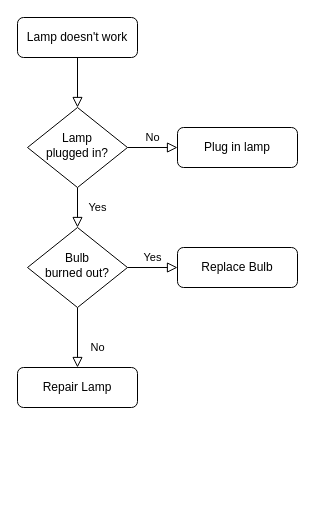
The draw.io diagram 移交信访件状态.drawio in Auto641535722/config-repo, before the edit. Source tidied: cells renumbered, new cells numbered last; positions are measured from the earlier drawing's top-left corner, leaving out a move shared by most shapes. Both pictures are drawn from the tidied source at 100%, with x=0, y=0 at pixel (17, 17).
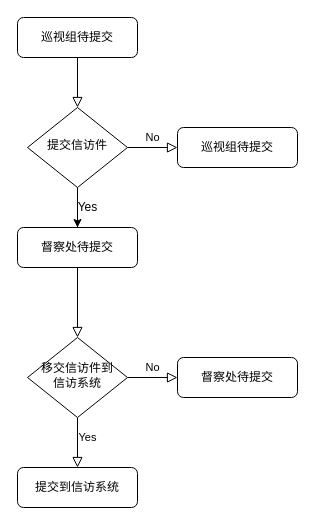
After the change.

Commit message:
更新移交信访件状态.drawio

The edit, as a diff of the source:
```diff
@@
 <mxGraphModel>
   <root>
     <mxCell id="0" />
     <mxCell id="1" parent="0" />
     <mxCell id="2" style="rounded=0;html=1;jettySize=auto;fontSize=11;endArrow=block;endFill=0;endSize=8;strokeWidth=1;shadow=0;labelBackgroundColor=none;edgeStyle=orthogonalEdgeStyle;" parent="1" edge="1" source="3" target="6">
       <mxGeometry relative="1" as="geometry" />
     </mxCell>
-    <mxCell id="3" value="Lamp doesn't work" style="rounded=1;whiteSpace=wrap;html=1;fontSize=12;glass=0;strokeWidth=1;shadow=0;" parent="1" vertex="1">
+    <mxCell id="3" value="巡视组待提交" style="rounded=1;whiteSpace=wrap;html=1;fontSize=12;glass=0;strokeWidth=1;shadow=0;" parent="1" vertex="1">
       <mxGeometry width="120" height="40" as="geometry" />
     </mxCell>
     <mxCell id="4" value="Yes" style="rounded=0;html=1;jettySize=auto;fontSize=11;endArrow=block;endFill=0;endSize=8;strokeWidth=1;shadow=0;labelBackgroundColor=none;edgeStyle=orthogonalEdgeStyle;" parent="1" edge="1" source="6" target="10">
       <mxGeometry y="20" relative="1" as="geometry" />
     </mxCell>
     <mxCell id="5" value="No" style="edgeStyle=orthogonalEdgeStyle;rounded=0;html=1;jettySize=auto;fontSize=11;endArrow=block;endFill=0;endSize=8;strokeWidth=1;shadow=0;labelBackgroundColor=none;" parent="1" edge="1" source="6" target="7">
       <mxGeometry y="10" relative="1" as="geometry" />
     </mxCell>
+    <mxCell id="13" style="edgeStyle=orthogonalEdgeStyle;rounded=0;jettySize=auto;html=1;entryX=0.5;entryY=0;entryDx=0;entryDy=0;" parent="1" edge="1" source="6" target="14">
+      <mxGeometry relative="1" as="geometry" />
+    </mxCell>
-    <mxCell id="6" value="Lamp&lt;br&gt;plugged in?" style="rhombus;whiteSpace=wrap;html=1;shadow=0;fontFamily=Helvetica;fontSize=12;align=center;strokeWidth=1;spacing=6;spacingTop=-4;" parent="1" vertex="1">
+    <mxCell id="6" value="提交信访件" style="rhombus;whiteSpace=wrap;html=1;shadow=0;fontFamily=Helvetica;fontSize=12;align=center;strokeWidth=1;spacing=6;spacingTop=-4;" parent="1" vertex="1">
       <mxGeometry x="10" y="90" width="100" height="80" as="geometry" />
     </mxCell>
-    <mxCell id="7" value="Plug in lamp" style="rounded=1;whiteSpace=wrap;html=1;fontSize=12;glass=0;strokeWidth=1;shadow=0;" parent="1" vertex="1">
+    <mxCell id="7" value="巡视组待提交" style="rounded=1;whiteSpace=wrap;html=1;fontSize=12;glass=0;strokeWidth=1;shadow=0;" parent="1" vertex="1">
       <mxGeometry x="160" y="110" width="120" height="40" as="geometry" />
     </mxCell>
-    <mxCell id="8" value="No" style="rounded=0;html=1;jettySize=auto;fontSize=11;endArrow=block;endFill=0;endSize=8;strokeWidth=1;shadow=0;labelBackgroundColor=none;edgeStyle=orthogonalEdgeStyle;" parent="1" edge="1" source="10" target="11">
-      <mxGeometry x="0.33" y="20" relative="1" as="geometry" />
+    <mxCell id="8" value="Yes" style="rounded=0;html=1;jettySize=auto;fontSize=11;endArrow=block;endFill=0;endSize=8;strokeWidth=1;shadow=0;labelBackgroundColor=none;edgeStyle=orthogonalEdgeStyle;" parent="1" edge="1" source="10" target="11">
+      <mxGeometry x="-0.2" y="10" relative="1" as="geometry" />
     </mxCell>
-    <mxCell id="9" value="Yes" style="edgeStyle=orthogonalEdgeStyle;rounded=0;html=1;jettySize=auto;fontSize=11;endArrow=block;endFill=0;endSize=8;strokeWidth=1;shadow=0;labelBackgroundColor=none;" parent="1" edge="1" source="10" target="12">
+    <mxCell id="9" value="No" style="edgeStyle=orthogonalEdgeStyle;rounded=0;html=1;jettySize=auto;fontSize=11;endArrow=block;endFill=0;endSize=8;strokeWidth=1;shadow=0;labelBackgroundColor=none;" parent="1" edge="1" source="10" target="12">
       <mxGeometry y="10" relative="1" as="geometry" />
     </mxCell>
-    <mxCell id="10" value="Bulb&lt;br&gt;burned out?" style="rhombus;whiteSpace=wrap;html=1;shadow=0;fontFamily=Helvetica;fontSize=12;align=center;strokeWidth=1;spacing=6;spacingTop=-4;" parent="1" vertex="1">
-      <mxGeometry x="10" y="210" width="100" height="80" as="geometry" />
+    <mxCell id="10" value="移交信访件到&lt;br&gt;信访系统" style="rhombus;whiteSpace=wrap;html=1;shadow=0;fontFamily=Helvetica;fontSize=12;align=center;strokeWidth=1;spacing=6;spacingTop=-4;" parent="1" vertex="1">
+      <mxGeometry x="10" y="320" width="100" height="80" as="geometry" />
     </mxCell>
-    <mxCell id="11" value="Repair Lamp" style="rounded=1;whiteSpace=wrap;html=1;fontSize=12;glass=0;strokeWidth=1;shadow=0;" parent="1" vertex="1">
-      <mxGeometry y="350" width="120" height="40" as="geometry" />
+    <mxCell id="11" value="提交到信访系统" style="rounded=1;whiteSpace=wrap;html=1;fontSize=12;glass=0;strokeWidth=1;shadow=0;" parent="1" vertex="1">
+      <mxGeometry y="450" width="120" height="40" as="geometry" />
     </mxCell>
-    <mxCell id="12" value="Replace Bulb" style="rounded=1;whiteSpace=wrap;html=1;fontSize=12;glass=0;strokeWidth=1;shadow=0;" parent="1" vertex="1">
-      <mxGeometry x="160" y="230" width="120" height="40" as="geometry" />
+    <mxCell id="12" value="督察处待提交" style="rounded=1;whiteSpace=wrap;html=1;fontSize=12;glass=0;strokeWidth=1;shadow=0;" parent="1" vertex="1">
+      <mxGeometry x="160" y="340" width="120" height="40" as="geometry" />
     </mxCell>
+    <mxCell id="14" value="督察处待提交" style="rounded=1;whiteSpace=wrap;html=1;fontSize=12;glass=0;strokeWidth=1;shadow=0;" parent="1" vertex="1">
+      <mxGeometry y="210" width="120" height="40" as="geometry" />
+    </mxCell>
+    <mxCell id="15" value="Yes" style="text;html=1;align=center;verticalAlign=middle;strokeColor=none;" parent="1" vertex="1">
+      <mxGeometry x="50" y="180" width="40" height="20" as="geometry" />
+    </mxCell>
   </root>
 </mxGraphModel>
```
